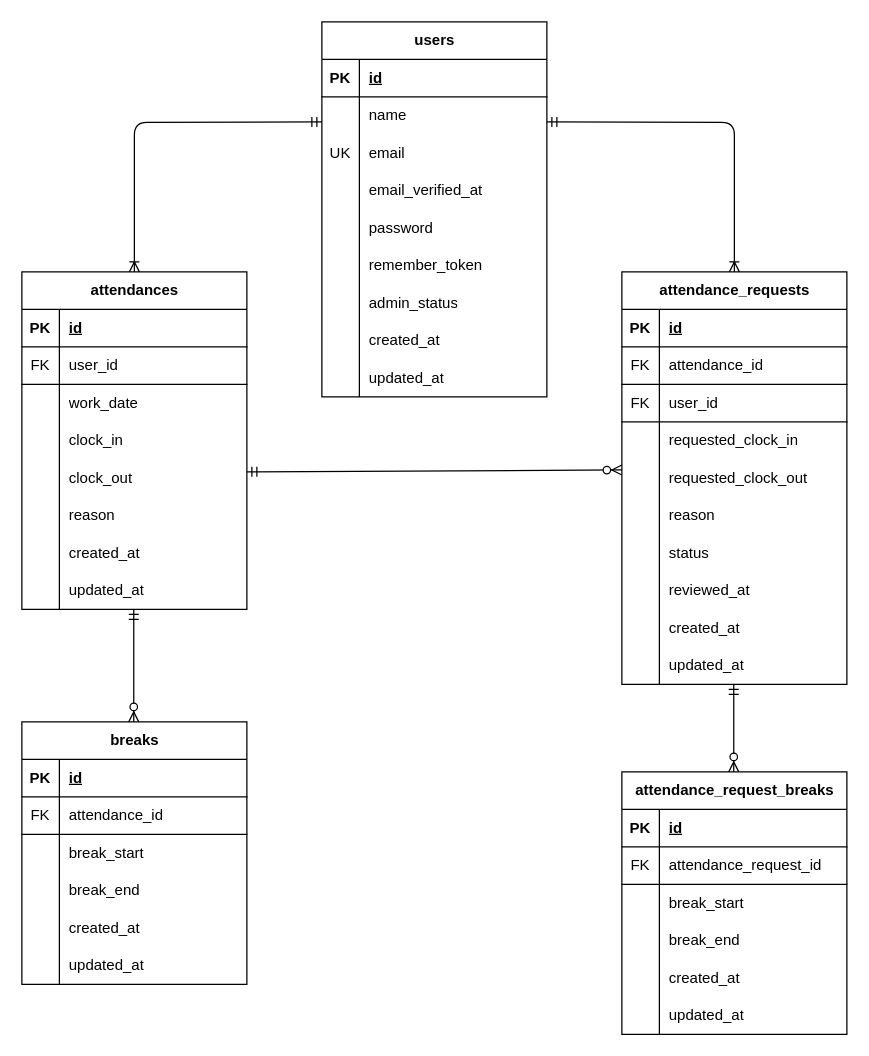
yuyu580905-dev/kintai_app keeps this draw.io diagram as src/er-diagram.drawio. Above is the earlier version. Source tidied: cells renumbered, new cells numbered last; positions are measured from the earlier drawing's top-left corner, leaving out a move shared by most shapes. Both pictures are drawn from the tidied source at 125%, with x=0, y=0 at pixel (21, 21).
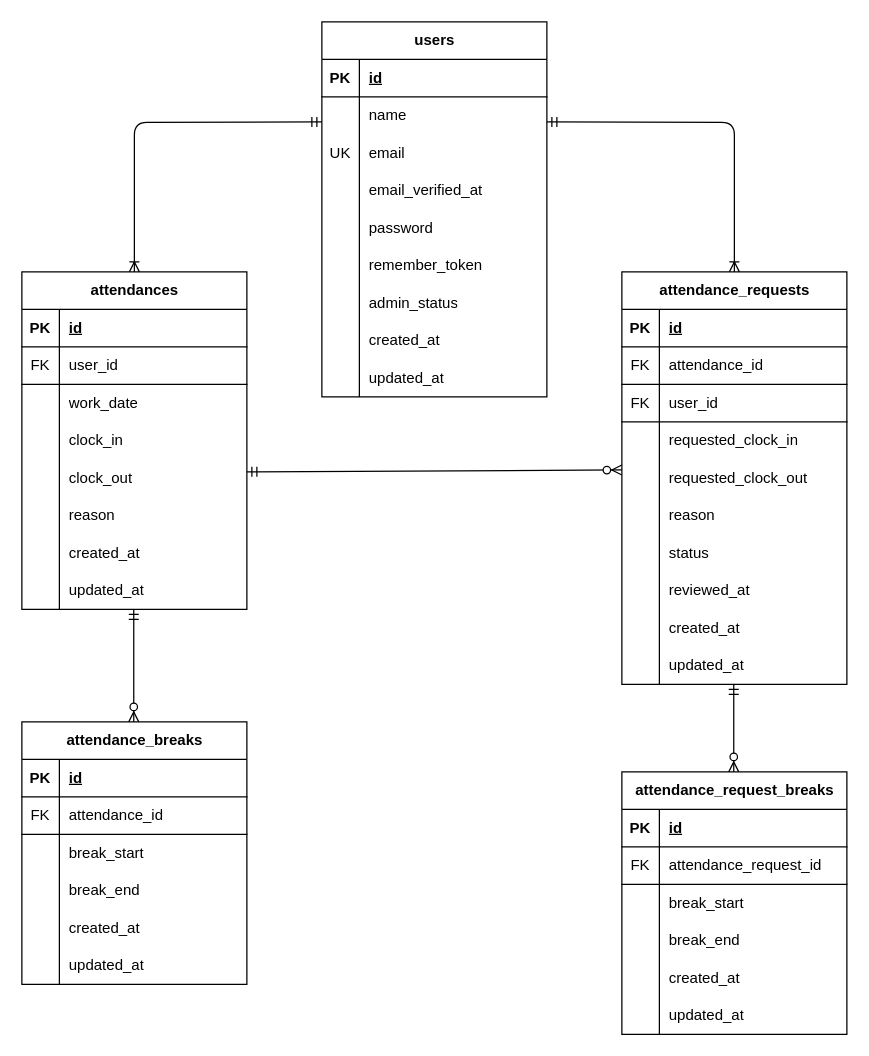
The same diagram, later.

Commit message (it also covers changes not shown here):
breaksテーブルをattendance_breaksテーブルに命名変更およびER図の変更

The edit, as a diff of the source:
```diff
@@
-    <mxCell id="86" value="breaks" style="shape=table;startSize=30;childLayout=tableLayout;rowLines=0;fontStyle=1;align=center;html=1;" parent="1" vertex="1">
+    <mxCell id="86" value="attendance_breaks" style="shape=table;startSize=30;childLayout=tableLayout;rowLines=0;fontStyle=1;align=center;html=1;" parent="1" vertex="1">
       <mxGeometry y="560" width="180" height="210" as="geometry" />
     </mxCell>
```
